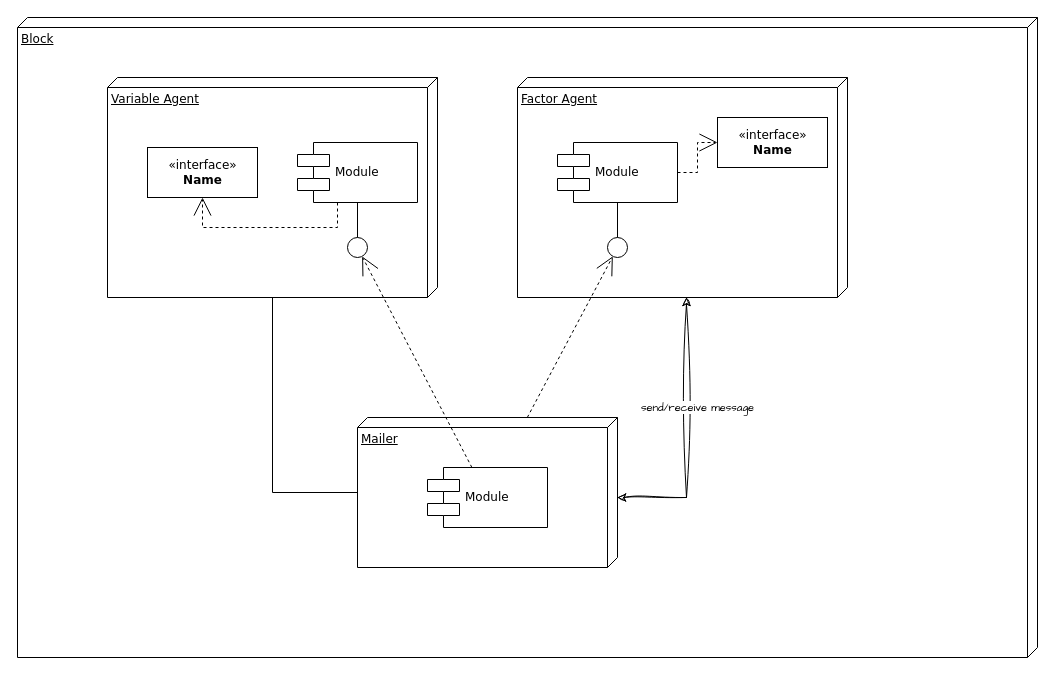
The draw.io diagram Class_diagram.drawio in OrMullerHahitti/Belief-Propagation-Simulator, before the edit. Source tidied: cells renumbered, new cells numbered last; positions are measured from the earlier drawing's top-left corner, leaving out a move shared by most shapes. Both pictures are drawn from the tidied source at 100%, with x=0, y=0 at pixel (17, 17).
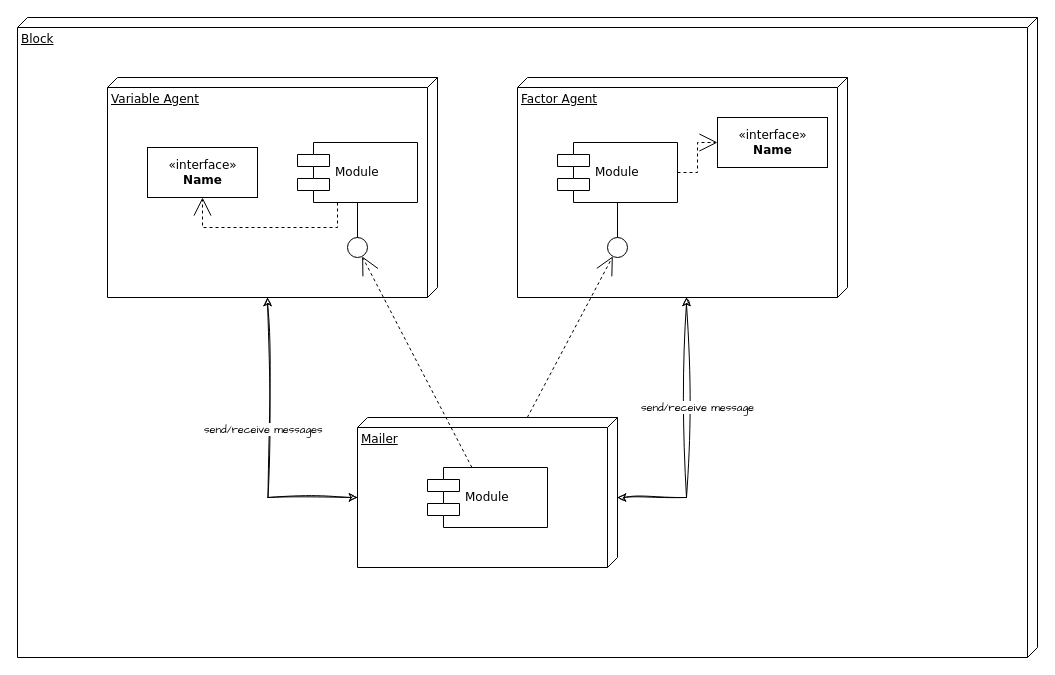
The same page after the edit.

Unchanged cells that the change refers to:
```xml
<mxCell id="3" value="Variable Agent" style="verticalAlign=top;align=left;spacingTop=8;spacingLeft=2;spacingRight=12;shape=cube;size=10;direction=south;fontStyle=4;html=1;rounded=0;shadow=0;comic=0;labelBackgroundColor=none;strokeWidth=1;fontFamily=Verdana;fontSize=12;" parent="1" vertex="1">
  <mxGeometry x="90" y="60" width="330" height="220" as="geometry" />
</mxCell>
<mxCell id="5" value="Mailer" style="verticalAlign=top;align=left;spacingTop=8;spacingLeft=2;spacingRight=12;shape=cube;size=10;direction=south;fontStyle=4;html=1;rounded=0;shadow=0;comic=0;labelBackgroundColor=none;strokeWidth=1;fontFamily=Verdana;fontSize=12;" parent="1" vertex="1">
  <mxGeometry x="340" y="400" width="260" height="150" as="geometry" />
</mxCell>
```

The edit, as a diff of the source:
```diff
@@
-    <mxCell id="19" style="edgeStyle=orthogonalEdgeStyle;rounded=0;html=1;labelBackgroundColor=none;startArrow=none;startFill=0;startSize=8;endArrow=none;endFill=0;endSize=16;fontFamily=Verdana;fontSize=12;" parent="1" edge="1" source="5" target="3">
-      <mxGeometry relative="1" as="geometry">
-        <Array as="points">
-          <mxPoint x="255" y="475" />
-        </Array>
-      </mxGeometry>
-    </mxCell>
@@
+    <mxCell id="22" style="endArrow=classic;startArrow=classic;html=1;rounded=0;sketch=1;hachureGap=4;jiggle=2;curveFitting=1;fontFamily=Architects Daughter;exitX=0;exitY=0;exitDx=80;exitDy=260;exitPerimeter=0;edgeStyle=orthogonalEdgeStyle;" parent="1" edge="1" source="5">
+      <mxGeometry relative="1" as="geometry">
+        <mxPoint x="250" y="280" as="targetPoint" />
+      </mxGeometry>
+    </mxCell>
+    <mxCell id="23" value="send/receive messages&amp;nbsp;" style="edgeLabel;html=1;align=center;verticalAlign=middle;sketch=1;hachureGap=4;jiggle=2;curveFitting=1;fontFamily=Architects Daughter;" parent="22" vertex="1">
+      <mxGeometry x="0.09" y="3" relative="1" as="geometry" />
+    </mxCell>
```
